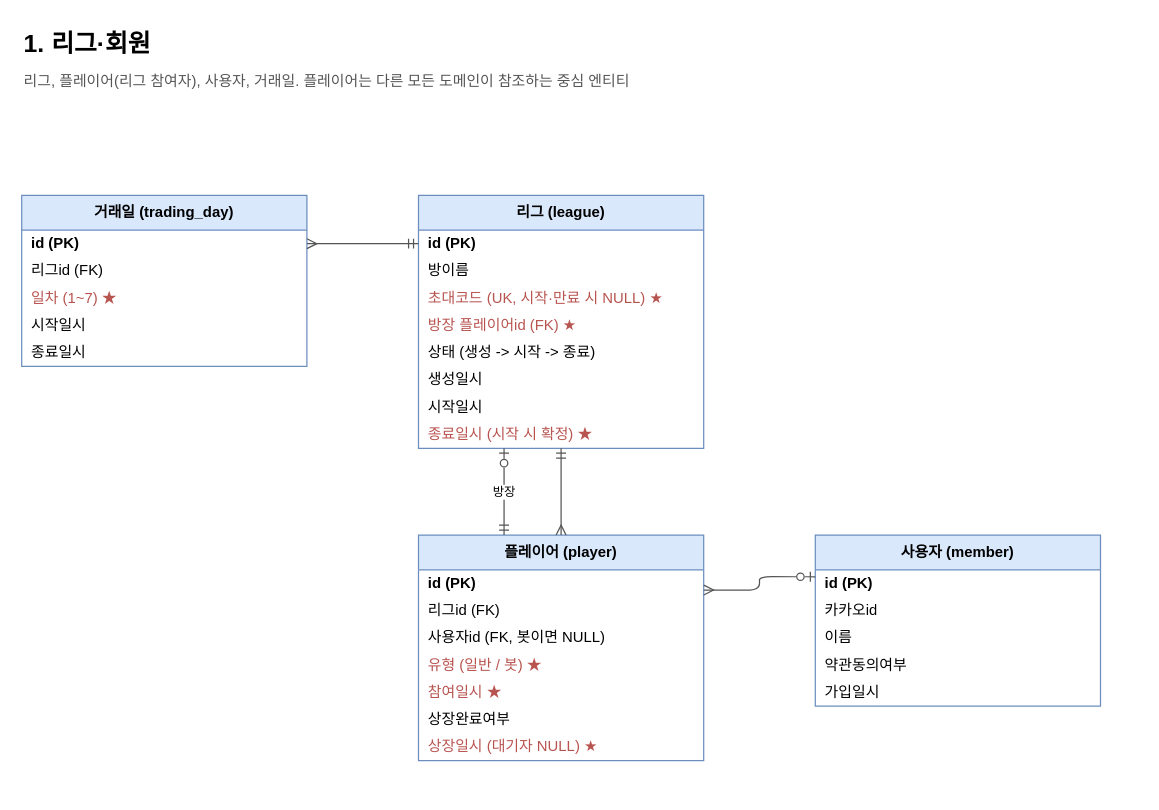
Earlier version of the draw.io diagram page "1. 리그·회원" (2 of 9) of docs/erd/naspi.drawio (JECT-Study/naspi-5th-Server). Source tidied: cells renumbered, new cells numbered last; positions are measured from the earlier drawing's top-left corner, leaving out a move shared by most shapes. Both pictures are drawn from the tidied source at 124%, with x=0, y=0 at pixel (21, 21).
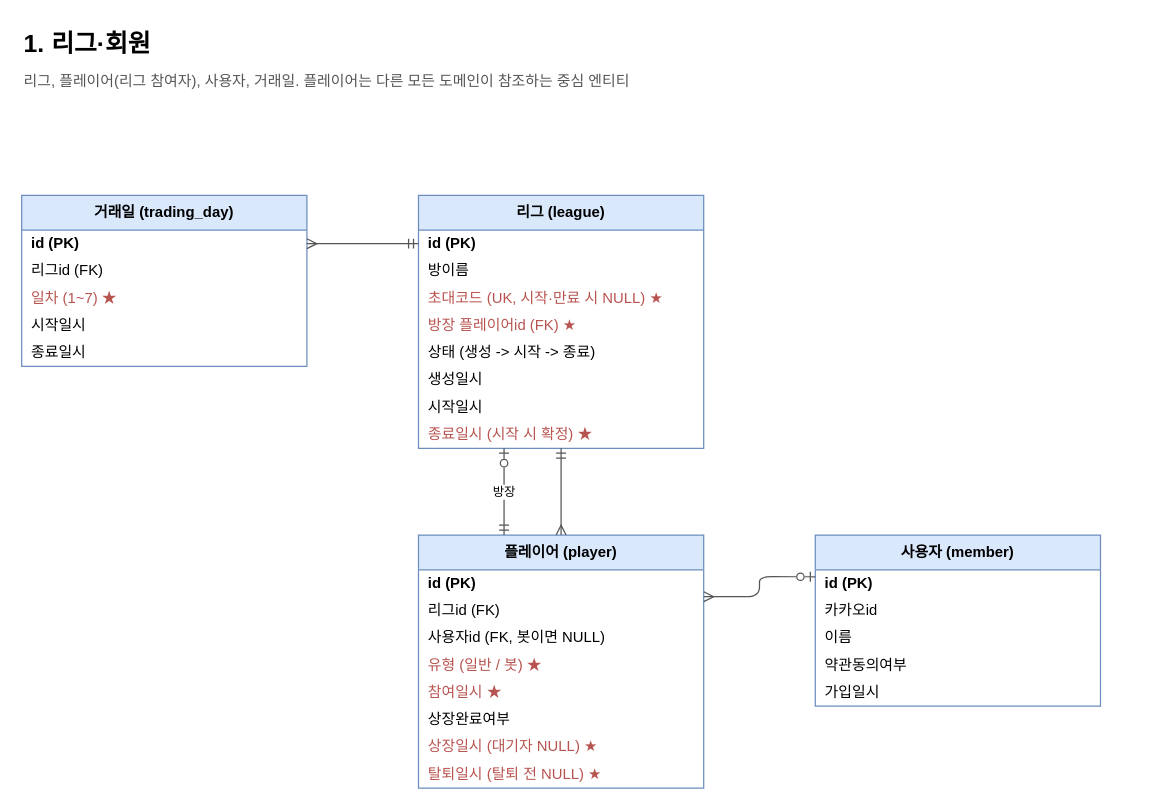
The same page after the edit.

What changed in the source:
```diff
@@
     <mxCell id="17" value="플레이어 (player)" style="swimlane;fontStyle=1;horizontal=1;startSize=28;html=1;whiteSpace=wrap;fillColor=#dae8fc;strokeColor=#6c8ebf;" parent="1" vertex="1">
-      <mxGeometry x="320" y="414" width="230" height="182" as="geometry" />
+      <mxGeometry x="320" y="414" width="230" height="204" as="geometry" />
     </mxCell>
@@
+    <mxCell id="37" value="탈퇴일시 (탈퇴 전 NULL) ★" style="text;fontColor=#B85450;strokeColor=none;fillColor=none;align=left;verticalAlign=middle;spacingLeft=6;overflow=hidden;html=1;" parent="17" vertex="1">
+      <mxGeometry y="182" width="230" height="22" as="geometry" />
+    </mxCell>
```
